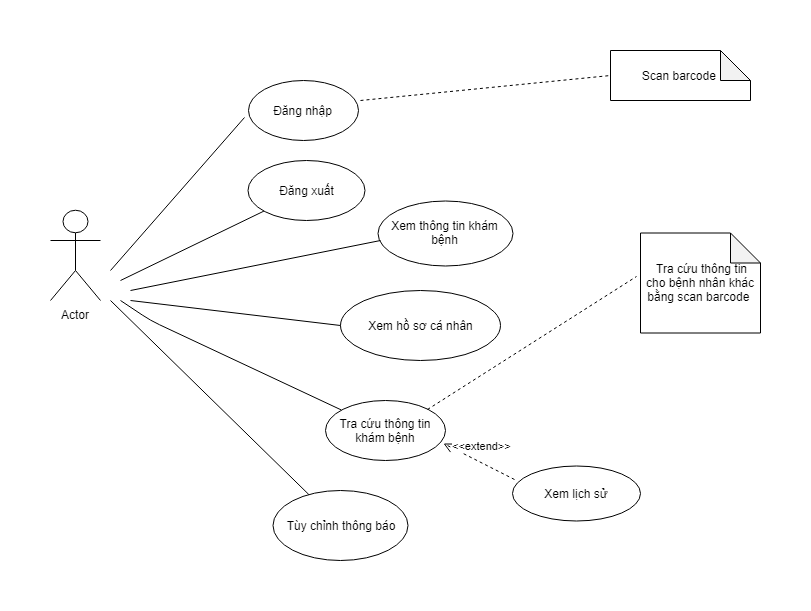
Above: Draw/UC-App.png in lqnhat97/ucm.stt.testserver (draw.io), before the change. Source tidied: cells renumbered, new cells last; positions are measured from the earlier drawing's top-left corner, leaving out a move shared by most shapes.
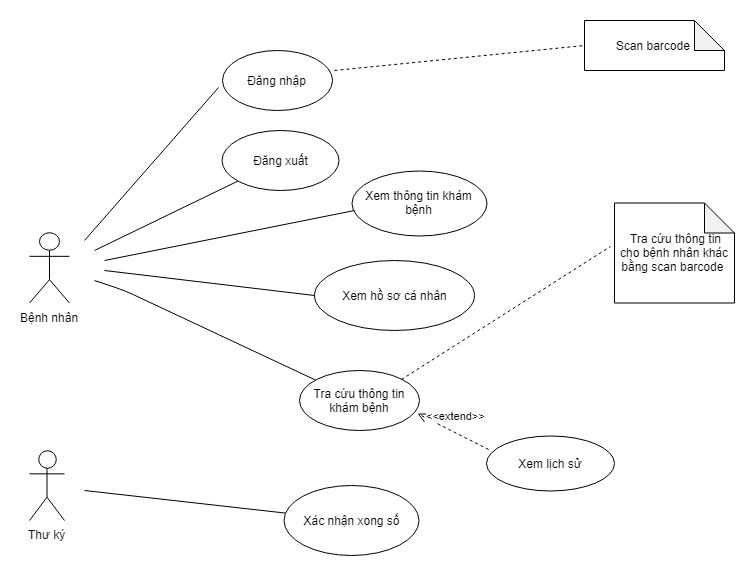
The same diagram one commit later.

The edit, as a diff of the source:
```diff
@@ -2,8 +2,8 @@
   <root>
     <mxCell id="0" />
     <mxCell id="1" parent="0" />
-    <mxCell id="2" value="Actor" style="shape=umlActor;verticalLabelPosition=bottom;labelBackgroundColor=#ffffff;verticalAlign=top;html=1;" parent="1" vertex="1">
-      <mxGeometry y="160" width="50" height="90" as="geometry" />
+    <mxCell id="2" value="Bệnh nhân" style="shape=umlActor;verticalLabelPosition=bottom;labelBackgroundColor=#ffffff;verticalAlign=top;html=1;" parent="1" vertex="1">
+      <mxGeometry x="5" y="212.5" width="40" height="70" as="geometry" />
     </mxCell>
     <mxCell id="3" value="Đăng nhập&lt;br&gt;" style="ellipse;whiteSpace=wrap;html=1;" parent="1" vertex="1">
       <mxGeometry x="197.5" y="30" width="110" height="60" as="geometry" />
@@ -28,8 +28,8 @@
     <mxCell id="9" value="Tra cứu thông tin khám bệnh" style="ellipse;whiteSpace=wrap;html=1;" parent="1" vertex="1">
       <mxGeometry x="274.5" y="350" width="120" height="60" as="geometry" />
     </mxCell>
-    <mxCell id="10" value="Tùy chỉnh thông báo" style="ellipse;whiteSpace=wrap;html=1;" parent="1" vertex="1">
-      <mxGeometry x="222.5" y="440" width="135" height="70" as="geometry" />
+    <mxCell id="10" value="Xác nhận xong số" style="ellipse;whiteSpace=wrap;html=1;" parent="1" vertex="1">
+      <mxGeometry x="259.5" y="465" width="135" height="70" as="geometry" />
     </mxCell>
     <mxCell id="11" style="endArrow=none;html=1;" parent="1" edge="1" target="6">
       <mxGeometry relative="1" as="geometry">
@@ -38,7 +38,7 @@
     </mxCell>
     <mxCell id="12" style="endArrow=none;html=1;" parent="1" edge="1" target="9">
       <mxGeometry relative="1" as="geometry">
-        <mxPoint x="70" y="250" as="sourcePoint" />
+        <mxPoint x="70" y="260" as="sourcePoint" />
         <Array as="points">
           <mxPoint x="100" y="270" />
         </Array>
@@ -46,7 +46,7 @@
     </mxCell>
     <mxCell id="13" style="endArrow=none;html=1;" parent="1" edge="1" target="10">
       <mxGeometry relative="1" as="geometry">
-        <mxPoint x="60" y="250" as="sourcePoint" />
+        <mxPoint x="60" y="470" as="sourcePoint" />
       </mxGeometry>
     </mxCell>
     <mxCell id="14" style="endArrow=none;html=1;" parent="1" edge="1">
@@ -79,5 +79,8 @@
     <mxCell id="20" style="endArrow=none;dashed=1;html=1;exitX=1;exitY=0;exitDx=0;exitDy=0;entryX=-0.033;entryY=0.43;entryDx=0;entryDy=0;entryPerimeter=0;" parent="1" edge="1" source="9" target="19">
       <mxGeometry relative="1" as="geometry" />
     </mxCell>
+    <mxCell id="21" value="Thư ký" style="shape=umlActor;verticalLabelPosition=bottom;labelBackgroundColor=#ffffff;verticalAlign=top;html=1;" parent="1" vertex="1">
+      <mxGeometry x="5" y="430" width="35" height="70" as="geometry" />
+    </mxCell>
   </root>
 </mxGraphModel>
```
